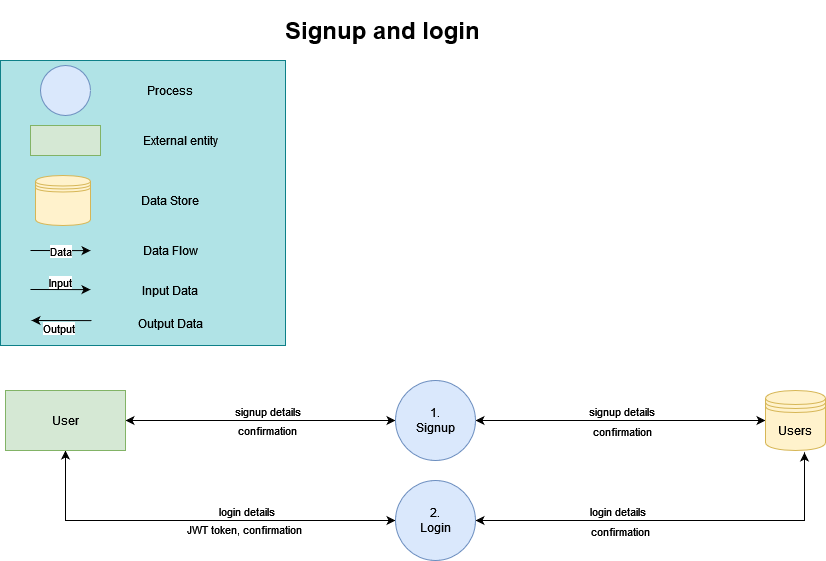
This is docs/authentication_dfd.drawio.png from KrisztaT/bookswap, a draw.io export, as it was before one commit. Source tidied: cells renumbered, new cells last; positions are measured from the earlier drawing's top-left corner, leaving out a move shared by most shapes.
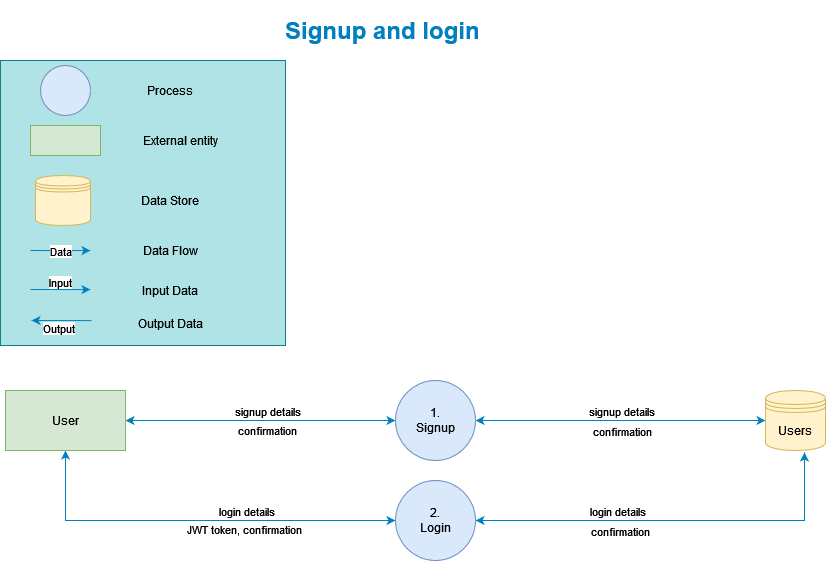
Above is the later version.

Change to the diagram source:
```diff
@@ -2,7 +2,7 @@
   <root>
     <mxCell id="0" />
     <mxCell id="1" parent="0" />
-    <mxCell id="2" style="edgeStyle=orthogonalEdgeStyle;rounded=0;jettySize=auto;html=1;startArrow=classic;startFill=1;" parent="1" edge="1" source="8" target="12">
+    <mxCell id="2" style="edgeStyle=orthogonalEdgeStyle;rounded=0;jettySize=auto;html=1;startArrow=classic;startFill=1;strokeColor=#0080c0;" parent="1" edge="1" source="8" target="12">
       <mxGeometry relative="1" as="geometry" />
     </mxCell>
     <mxCell id="3" value="signup details" style="edgeLabel;html=1;align=center;verticalAlign=middle;" parent="2" vertex="1">
@@ -13,7 +13,7 @@
     <mxCell id="4" value="confirmation" style="edgeLabel;html=1;align=center;verticalAlign=middle;" parent="2" vertex="1">
       <mxGeometry x="0.05" y="-9" relative="1" as="geometry" />
     </mxCell>
-    <mxCell id="5" style="edgeStyle=orthogonalEdgeStyle;rounded=0;jettySize=auto;html=1;entryX=0;entryY=0.5;entryDx=0;entryDy=0;startArrow=classic;startFill=1;" parent="1" edge="1" source="8" target="17">
+    <mxCell id="5" style="edgeStyle=orthogonalEdgeStyle;rounded=0;jettySize=auto;html=1;entryX=0;entryY=0.5;entryDx=0;entryDy=0;startArrow=classic;startFill=1;strokeColor=#0080c0;" parent="1" edge="1" source="8" target="17">
       <mxGeometry relative="1" as="geometry">
         <Array as="points">
           <mxPoint x="65" y="510" />
@@ -31,7 +31,7 @@
     <mxCell id="8" value="User" style="rounded=0;whiteSpace=wrap;html=1;fillColor=#d5e8d4;strokeColor=#82b366;" parent="1" vertex="1">
       <mxGeometry x="5" y="380" width="120" height="60" as="geometry" />
     </mxCell>
-    <mxCell id="9" style="edgeStyle=orthogonalEdgeStyle;rounded=0;jettySize=auto;html=1;entryX=0;entryY=0.5;entryDx=0;entryDy=0;startArrow=classic;startFill=1;" parent="1" edge="1" source="12" target="13">
+    <mxCell id="9" style="edgeStyle=orthogonalEdgeStyle;rounded=0;jettySize=auto;html=1;entryX=0;entryY=0.5;entryDx=0;entryDy=0;startArrow=classic;startFill=1;strokeColor=#0080c0;" parent="1" edge="1" source="12" target="13">
       <mxGeometry relative="1" as="geometry" />
     </mxCell>
     <mxCell id="10" value="signup details" style="edgeLabel;html=1;align=center;verticalAlign=middle;" parent="9" vertex="1">
@@ -48,7 +48,7 @@
     <mxCell id="13" value="Users" style="shape=datastore;whiteSpace=wrap;html=1;fillColor=#fff2cc;strokeColor=#d6b656;" parent="1" vertex="1">
       <mxGeometry x="765" y="380" width="60" height="60" as="geometry" />
     </mxCell>
-    <mxCell id="14" style="edgeStyle=orthogonalEdgeStyle;rounded=0;jettySize=auto;html=1;entryX=0.65;entryY=1.033;entryDx=0;entryDy=0;entryPerimeter=0;startArrow=classic;startFill=1;" parent="1" edge="1" source="17" target="13">
+    <mxCell id="14" style="edgeStyle=orthogonalEdgeStyle;rounded=0;jettySize=auto;html=1;entryX=0.65;entryY=1.033;entryDx=0;entryDy=0;entryPerimeter=0;startArrow=classic;startFill=1;strokeColor=#0080c0;" parent="1" edge="1" source="17" target="13">
       <mxGeometry relative="1" as="geometry" />
     </mxCell>
     <mxCell id="15" value="login details" style="edgeLabel;html=1;align=center;verticalAlign=middle;" parent="14" vertex="1">
@@ -73,7 +73,7 @@
     <mxCell id="20" style="ellipse;whiteSpace=wrap;html=1;fillColor=#dae8fc;strokeColor=#6c8ebf;" parent="1" vertex="1">
       <mxGeometry x="40" y="55" width="50" height="50" as="geometry" />
     </mxCell>
-    <mxCell id="21" style="endArrow=classic;html=1;rounded=0;entryX=0.435;entryY=0.957;entryDx=0;entryDy=0;entryPerimeter=0;" parent="1" edge="1">
+    <mxCell id="21" style="endArrow=classic;html=1;rounded=0;entryX=0.435;entryY=0.957;entryDx=0;entryDy=0;entryPerimeter=0;strokeColor=#0080c0;" parent="1" edge="1">
       <mxGeometry relative="1" as="geometry">
         <mxPoint x="30" y="240" as="sourcePoint" />
         <mxPoint x="90" y="240.1" as="targetPoint" />
@@ -97,7 +97,7 @@
     <mxCell id="27" value="Process" style="text;html=1;strokeColor=none;fillColor=none;align=center;verticalAlign=middle;whiteSpace=wrap;rounded=0;" parent="1" vertex="1">
       <mxGeometry x="140" y="65" width="60" height="30" as="geometry" />
     </mxCell>
-    <mxCell id="28" style="endArrow=classic;html=1;rounded=0;entryX=0.435;entryY=0.957;entryDx=0;entryDy=0;entryPerimeter=0;" parent="1" edge="1">
+    <mxCell id="28" style="endArrow=classic;html=1;rounded=0;entryX=0.435;entryY=0.957;entryDx=0;entryDy=0;entryPerimeter=0;strokeColor=#0080c0;" parent="1" edge="1">
       <mxGeometry relative="1" as="geometry">
         <mxPoint x="30" y="279" as="sourcePoint" />
         <mxPoint x="90" y="279.1" as="targetPoint" />
@@ -108,7 +108,7 @@
         <mxPoint x="-2" y="-8" as="offset" />
       </mxGeometry>
     </mxCell>
-    <mxCell id="30" style="endArrow=none;html=1;rounded=0;entryX=0.435;entryY=0.957;entryDx=0;entryDy=0;entryPerimeter=0;startArrow=classic;startFill=1;endFill=0;" parent="1" edge="1">
+    <mxCell id="30" style="endArrow=none;html=1;rounded=0;entryX=0.435;entryY=0.957;entryDx=0;entryDy=0;entryPerimeter=0;startArrow=classic;startFill=1;endFill=0;strokeColor=#0080c0;" parent="1" edge="1">
       <mxGeometry relative="1" as="geometry">
         <mxPoint x="31" y="310" as="sourcePoint" />
         <mxPoint x="91" y="310.1" as="targetPoint" />
@@ -125,7 +125,7 @@
     <mxCell id="33" value="Output Data" style="text;html=1;strokeColor=none;fillColor=none;align=center;verticalAlign=middle;whiteSpace=wrap;rounded=0;" parent="1" vertex="1">
       <mxGeometry x="130" y="298" width="80" height="30" as="geometry" />
     </mxCell>
-    <mxCell id="34" value="&lt;h1&gt;Signup and login&lt;br&gt;&lt;/h1&gt;&lt;p&gt;&lt;br&gt;&lt;/p&gt;" style="text;html=1;strokeColor=none;fillColor=none;spacing=5;spacingTop=-20;whiteSpace=wrap;overflow=hidden;rounded=0;" parent="1" vertex="1">
+    <mxCell id="34" value="&lt;h1&gt;Signup and login&lt;br&gt;&lt;/h1&gt;&lt;p&gt;&lt;br&gt;&lt;/p&gt;" style="text;html=1;strokeColor=none;fillColor=none;spacing=5;spacingTop=-20;whiteSpace=wrap;overflow=hidden;rounded=0;fontColor=#0080c0;" parent="1" vertex="1">
       <mxGeometry x="280" width="270" height="40" as="geometry" />
     </mxCell>
   </root>
```
